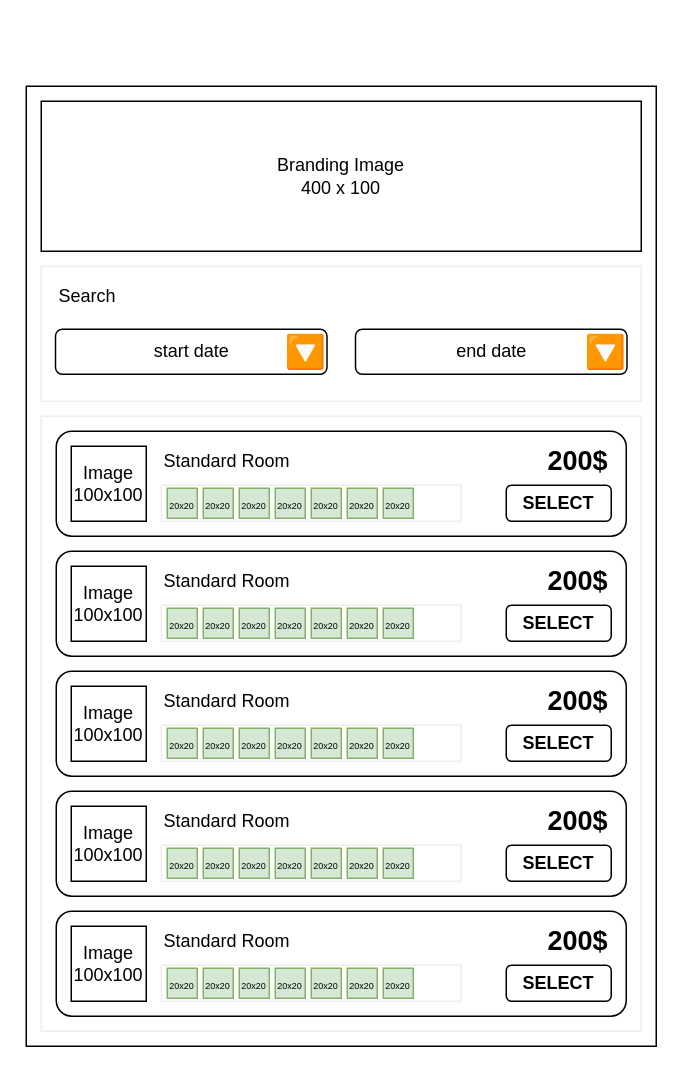
YuliiaLysak/my-hotel keeps this draw.io diagram as docs/my-hotel.drawio. Above is the earlier version. Source tidied: cells renumbered, new cells numbered last; positions are measured from the earlier drawing's top-left corner, leaving out a move shared by most shapes. Both pictures are drawn from the tidied source at 150%, with x=0, y=0 at pixel (26, 86).
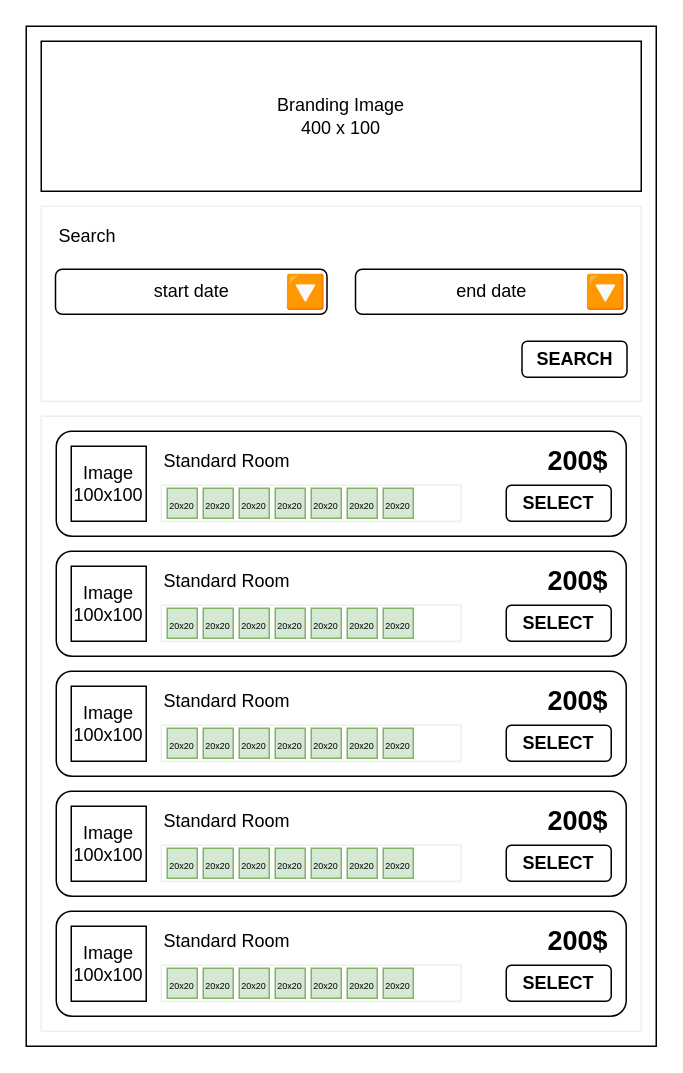
The same page after the edit.

Commit message (it also covers changes not shown here):
Updated documentation for Search Page

What changed in the source:
```diff
@@
     <mxCell id="2" style="rounded=0;whiteSpace=wrap;html=1;" parent="1" vertex="1">
-      <mxGeometry width="420" height="640" as="geometry" />
+      <mxGeometry y="-40" width="420" height="680" as="geometry" />
     </mxCell>
@@
     <mxCell id="4" value="Branding Image&lt;br&gt;400 x 100" style="rounded=0;whiteSpace=wrap;html=1;" parent="1" vertex="1">
-      <mxGeometry x="10" y="10" width="400" height="100" as="geometry" />
+      <mxGeometry x="10" y="-30" width="400" height="100" as="geometry" />
     </mxCell>
@@
     <mxCell id="20" style="group;" parent="1" vertex="1">
-      <mxGeometry x="10" y="120" width="400" height="90" as="geometry" />
+      <mxGeometry x="10" y="80" width="400" height="130" as="geometry" />
     </mxCell>
     <mxCell id="21" style="rounded=0;whiteSpace=wrap;html=1;strokeColor=#EEEEEE;align=center;" parent="20" vertex="1">
-      <mxGeometry width="400" height="90" as="geometry" />
+      <mxGeometry width="400" height="130" as="geometry" />
     </mxCell>
@@
+    <mxCell id="89" value="&lt;b&gt;SEARCH&lt;/b&gt;" style="rounded=1;whiteSpace=wrap;html=1;" parent="20" vertex="1">
+      <mxGeometry x="320.5" y="90" width="70" height="24" as="geometry" />
+    </mxCell>
```
